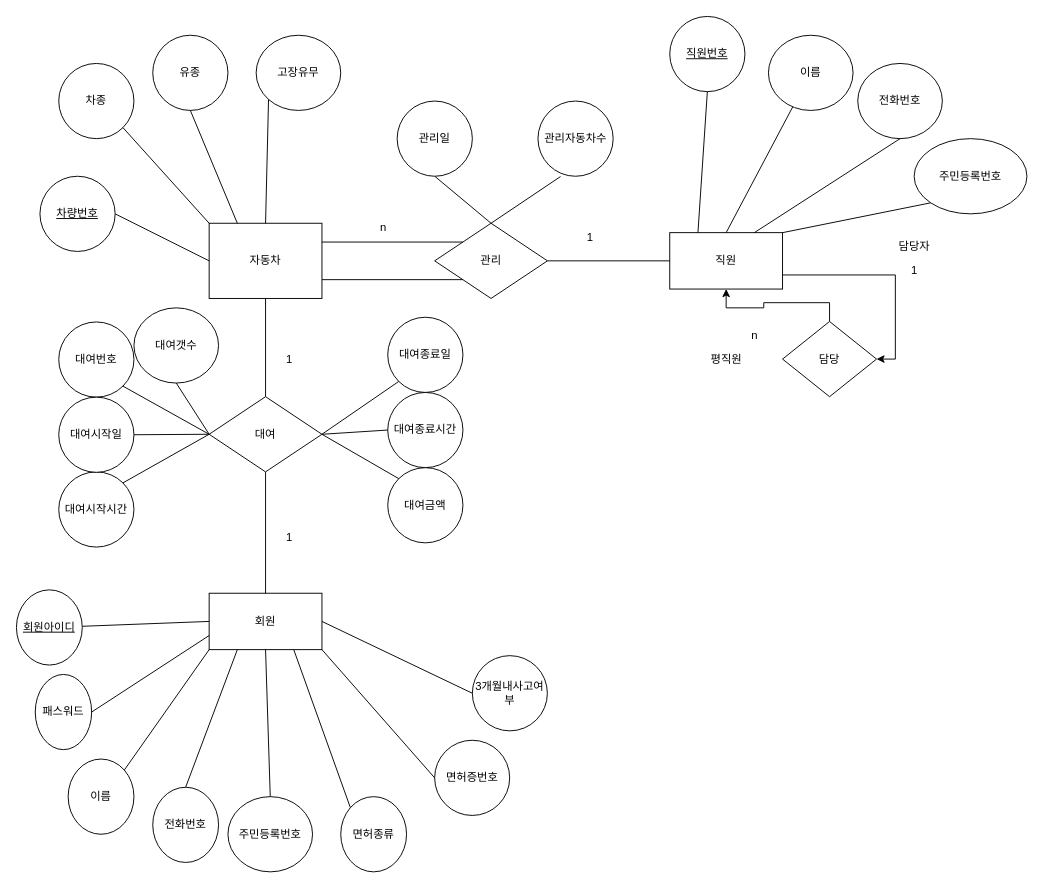
junki1912/DBP_CarRental keeps this draw.io diagram as CarRental.drawio. Above is the earlier version. Source tidied: cells renumbered, new cells numbered last; positions are measured from the earlier drawing's top-left corner, leaving out a move shared by most shapes. Both pictures are drawn from the tidied source at 94%, with x=0, y=0 at pixel (16, 16).
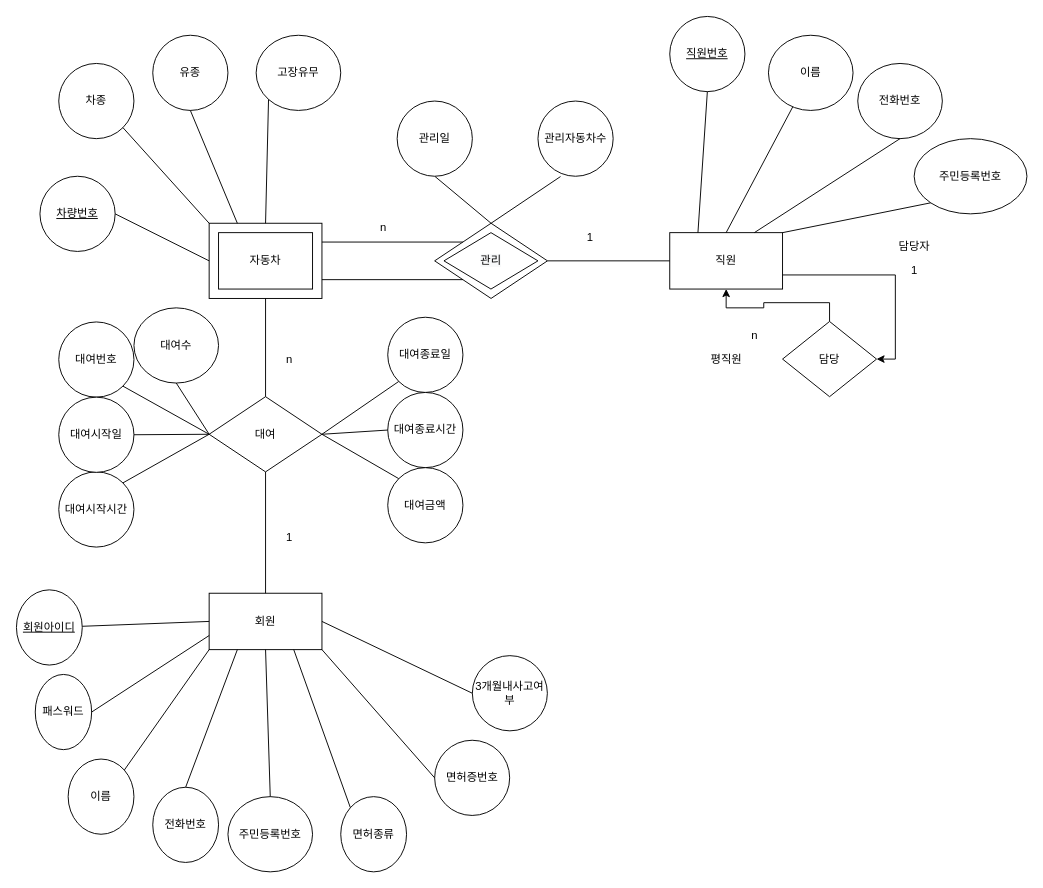
After the change.

What changed in the source:
```diff
@@
-    <mxCell id="4" value="자동차" style="rounded=0;whiteSpace=wrap;html=1;" parent="1" vertex="1">
+    <mxCell id="4" style="rounded=0;whiteSpace=wrap;html=1;" parent="1" vertex="1">
       <mxGeometry x="205" y="220" width="120" height="80" as="geometry" />
     </mxCell>
@@
-    <mxCell id="24" value="관리" style="rhombus;whiteSpace=wrap;html=1;" parent="1" vertex="1">
+    <mxCell id="24" style="rhombus;whiteSpace=wrap;html=1;" parent="1" vertex="1">
       <mxGeometry x="444.9" y="220" width="120" height="80" as="geometry" />
     </mxCell>
@@
-    <mxCell id="49" value="1" style="text;html=1;align=center;verticalAlign=middle;strokeColor=none;fillColor=none;" parent="1" vertex="1">
+    <mxCell id="49" value="n" style="text;html=1;align=center;verticalAlign=middle;strokeColor=none;fillColor=none;" parent="1" vertex="1">
       <mxGeometry x="275" y="349.5" width="30" height="30" as="geometry" />
     </mxCell>
@@
-    <mxCell id="71" value="대여갯수" style="ellipse;whiteSpace=wrap;html=1;" parent="1" vertex="1">
+    <mxCell id="71" value="대여수" style="ellipse;whiteSpace=wrap;html=1;" parent="1" vertex="1">
       <mxGeometry x="125" y="310" width="90" height="80" as="geometry" />
     </mxCell>
@@
+    <mxCell id="73" value="자동차" style="rounded=0;whiteSpace=wrap;html=1;" parent="1" vertex="1">
+      <mxGeometry x="215" y="230" width="100" height="60" as="geometry" />
+    </mxCell>
+    <mxCell id="74" value="&lt;span style=&quot;color: rgb(0, 0, 0); font-family: Helvetica; font-size: 12px; font-style: normal; font-variant-ligatures: normal; font-variant-caps: normal; font-weight: 400; letter-spacing: normal; orphans: 2; text-align: center; text-indent: 0px; text-transform: none; widows: 2; word-spacing: 0px; -webkit-text-stroke-width: 0px; background-color: rgb(248, 249, 250); text-decoration-thickness: initial; text-decoration-style: initial; text-decoration-color: initial; float: none; display: inline !important;&quot;&gt;관리&lt;/span&gt;" style="rhombus;whiteSpace=wrap;html=1;" parent="1" vertex="1">
+      <mxGeometry x="454.8" y="230" width="100" height="60" as="geometry" />
+    </mxCell>
```
